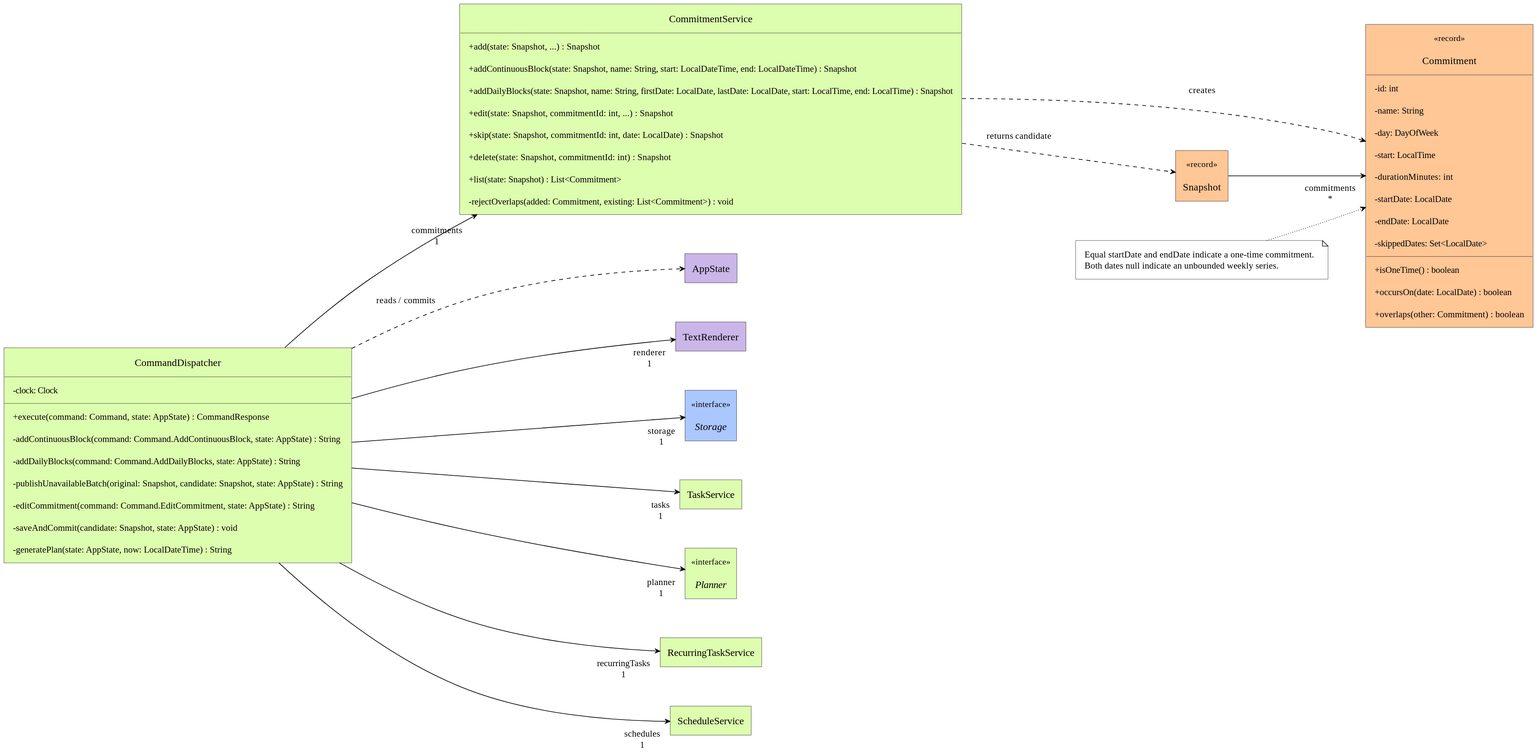
Earlier version of the PlantUML export docs/images/diagrams/darren-commitment-dispatch-classes.svg (Darren50/tp). Its diagram source:
```plantuml
@startuml
!include course-style.puml
left to right direction
hide empty members

class CommandDispatcher DOMAIN {
    - clock: Clock
    + execute(command: Command, state: AppState) : CommandResponse
    - addContinuousBlock(command: Command.AddContinuousBlock, state: AppState) : String
    - addDailyBlocks(command: Command.AddDailyBlocks, state: AppState) : String
    - publishUnavailableBatch(original: Snapshot, candidate: Snapshot, state: AppState) : String
    - editCommitment(command: Command.EditCommitment, state: AppState) : String
    - saveAndCommit(candidate: Snapshot, state: AppState) : void
    - generatePlan(state: AppState, now: LocalDateTime) : String
}
class CommitmentService DOMAIN {
    + add(state: Snapshot, ...) : Snapshot
    + addContinuousBlock(state: Snapshot, name: String, start: LocalDateTime, end: LocalDateTime) : Snapshot
    + addDailyBlocks(state: Snapshot, name: String, firstDate: LocalDate, lastDate: LocalDate, start: LocalTime, end: LocalTime) : Snapshot
    + edit(state: Snapshot, commitmentId: int, ...) : Snapshot
    + skip(state: Snapshot, commitmentId: int, date: LocalDate) : Snapshot
    + delete(state: Snapshot, commitmentId: int) : Snapshot
    + list(state: Snapshot) : List<Commitment>
    - rejectOverlaps(added: Commitment, existing: List<Commitment>) : void
}
class Commitment <<record>> VALUES {
    - id: int
    - name: String
    - day: DayOfWeek
    - start: LocalTime
    - durationMinutes: int
    - startDate: LocalDate
    - endDate: LocalDate
    - skippedDates: Set<LocalDate>
    + isOneTime() : boolean
    + occursOn(date: LocalDate) : boolean
    + overlaps(other: Commitment) : boolean
}
class AppState SHELL
class TextRenderer SHELL
interface Storage <<interface>> PERSISTENCE
class Snapshot <<record>> VALUES
class TaskService DOMAIN
interface Planner <<interface>> DOMAIN
class RecurringTaskService DOMAIN
class ScheduleService DOMAIN

CommandDispatcher --> "commitments\n1" CommitmentService
CommandDispatcher --> "tasks\n1" TaskService
CommandDispatcher --> "storage\n1" Storage
CommandDispatcher --> "planner\n1" Planner
CommandDispatcher --> "schedules\n1" ScheduleService
CommandDispatcher --> "renderer\n1" TextRenderer
CommandDispatcher --> "recurringTasks\n1" RecurringTaskService
CommandDispatcher ..> AppState : reads / commits
CommitmentService ..> Snapshot : returns candidate
CommitmentService ..> Commitment : creates
Snapshot --> "commitments\n*" Commitment

note as CommitmentNote
  Equal startDate and endDate indicate a one-time commitment.
  Both dates null indicate an unbounded weekly series.
end note
CommitmentNote -[dotted]-> Commitment
@enduml
```
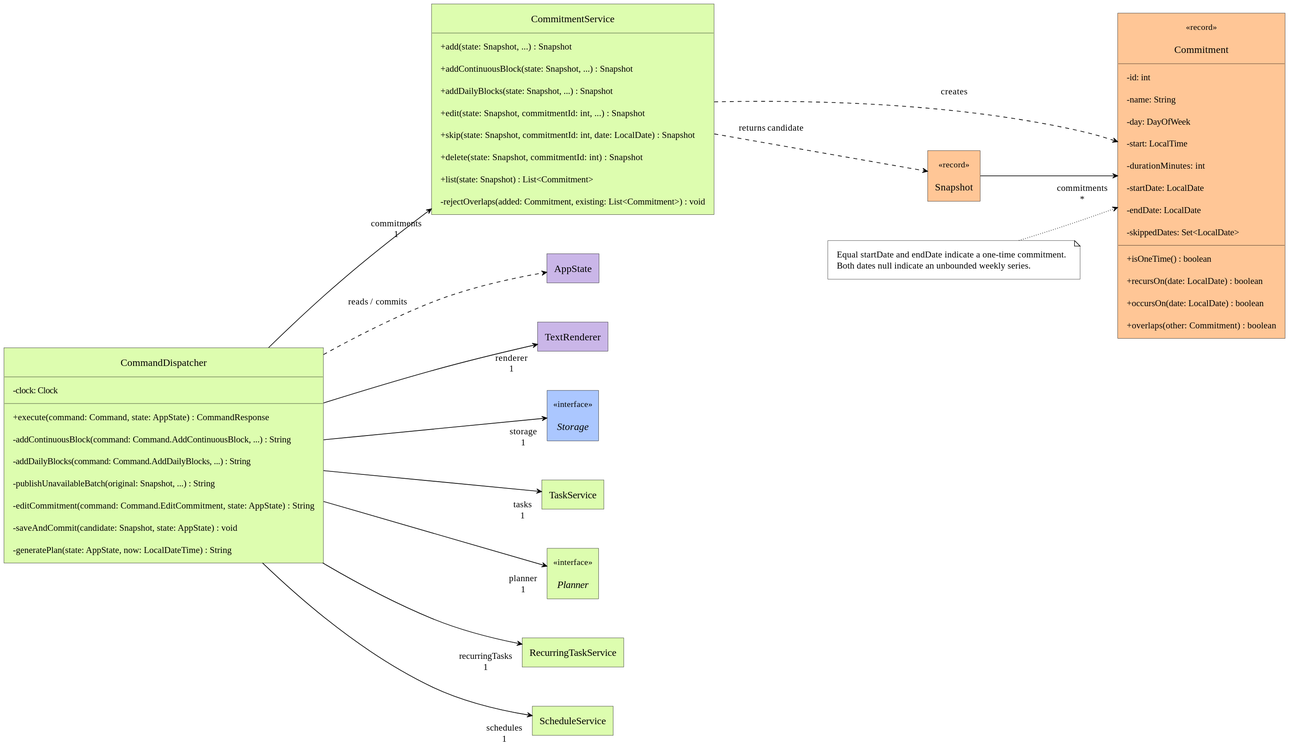
Above is the later version.

The edit, as a diff of the source:
```diff
@@ -6,17 +6,17 @@
 class CommandDispatcher DOMAIN {
     - clock: Clock
     + execute(command: Command, state: AppState) : CommandResponse
-    - addContinuousBlock(command: Command.AddContinuousBlock, state: AppState) : String
-    - addDailyBlocks(command: Command.AddDailyBlocks, state: AppState) : String
-    - publishUnavailableBatch(original: Snapshot, candidate: Snapshot, state: AppState) : String
+    - addContinuousBlock(command: Command.AddContinuousBlock, ...) : String
+    - addDailyBlocks(command: Command.AddDailyBlocks, ...) : String
+    - publishUnavailableBatch(original: Snapshot, ...) : String
     - editCommitment(command: Command.EditCommitment, state: AppState) : String
     - saveAndCommit(candidate: Snapshot, state: AppState) : void
     - generatePlan(state: AppState, now: LocalDateTime) : String
 }
 class CommitmentService DOMAIN {
     + add(state: Snapshot, ...) : Snapshot
-    + addContinuousBlock(state: Snapshot, name: String, start: LocalDateTime, end: LocalDateTime) : Snapshot
-    + addDailyBlocks(state: Snapshot, name: String, firstDate: LocalDate, lastDate: LocalDate, start: LocalTime, end: LocalTime) : Snapshot
+    + addContinuousBlock(state: Snapshot, ...) : Snapshot
+    + addDailyBlocks(state: Snapshot, ...) : Snapshot
     + edit(state: Snapshot, commitmentId: int, ...) : Snapshot
     + skip(state: Snapshot, commitmentId: int, date: LocalDate) : Snapshot
     + delete(state: Snapshot, commitmentId: int) : Snapshot
@@ -33,6 +33,7 @@
     - endDate: LocalDate
     - skippedDates: Set<LocalDate>
     + isOneTime() : boolean
+    + recursOn(date: LocalDate) : boolean
     + occursOn(date: LocalDate) : boolean
     + overlaps(other: Commitment) : boolean
 }
```
